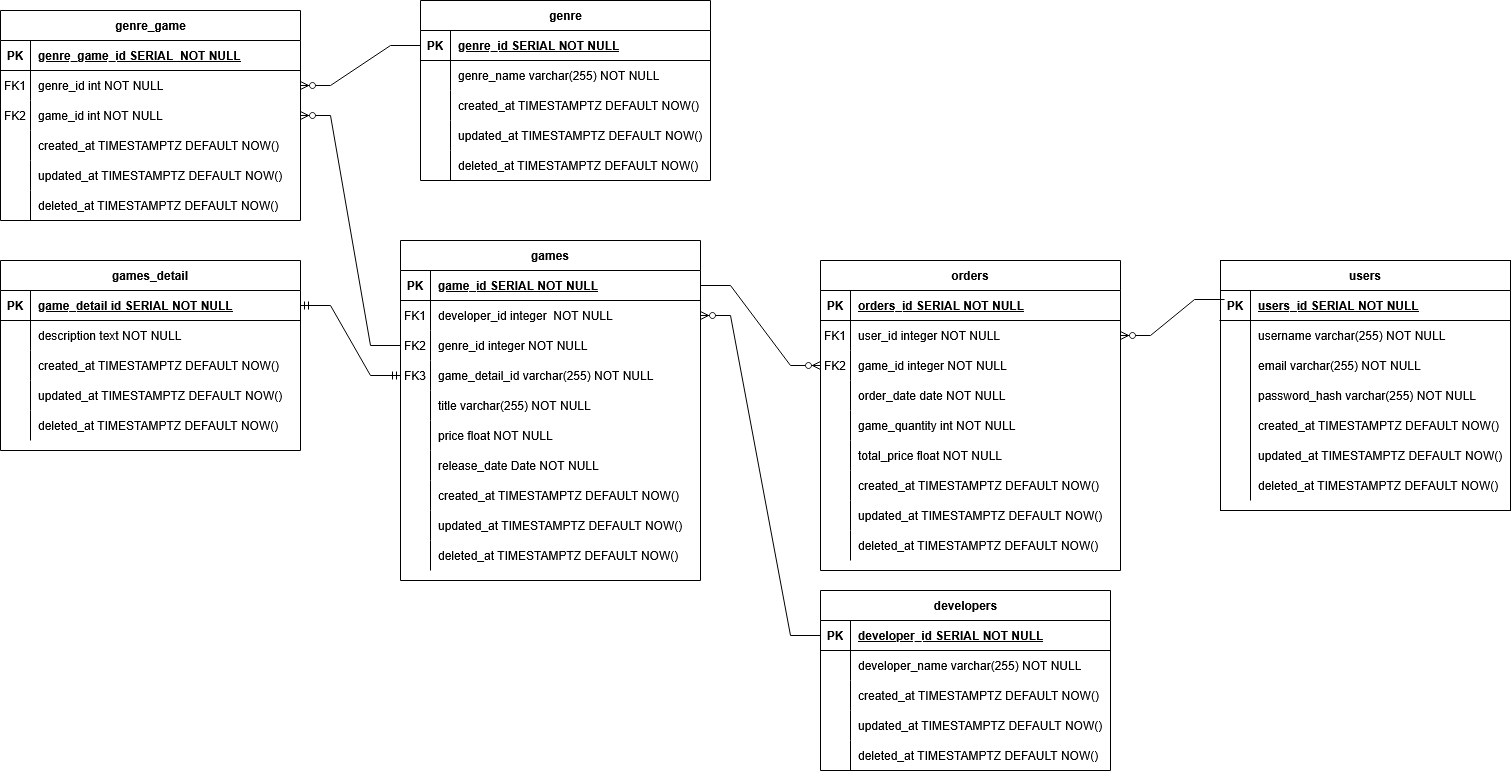
Above: ERD/REA_Games.drawio.png in EffelZefanya/REA_Games (draw.io), before the change. Source tidied: cells renumbered, new cells last; positions are measured from the earlier drawing's top-left corner, leaving out a move shared by most shapes.
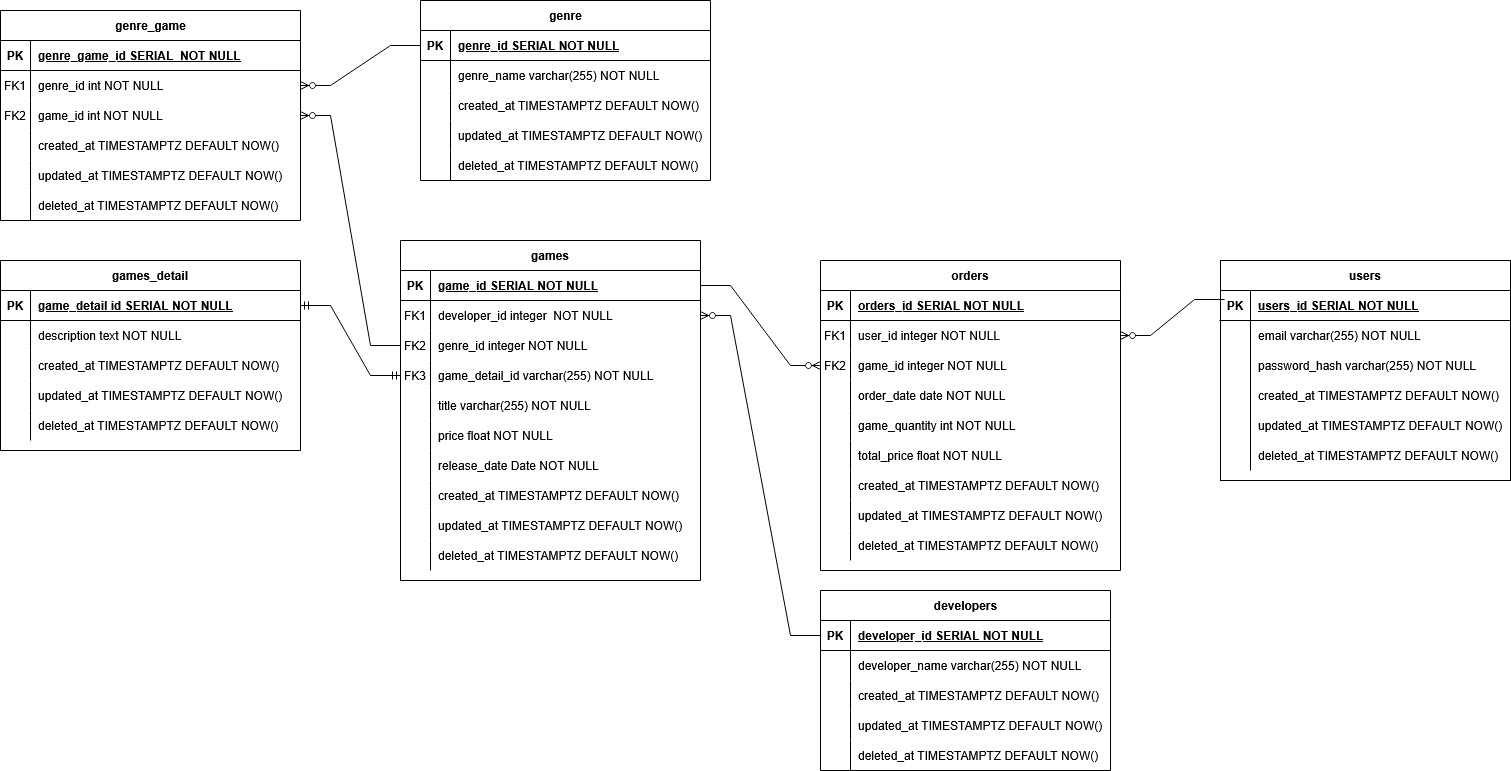
The same diagram one commit later.

Diff of the diagram source:
```diff
@@ -3,7 +3,7 @@
     <mxCell id="0" />
     <mxCell id="1" parent="0" />
     <mxCell id="2" value="users" style="shape=table;startSize=30;rowLines=0;fontStyle=1;align=center;" parent="1" vertex="1">
-      <mxGeometry x="1220" y="260" width="290" height="250" as="geometry" />
+      <mxGeometry x="1220" y="260" width="290" height="220" as="geometry" />
     </mxCell>
     <mxCell id="3" style="shape=partialRectangle;fillColor=none;points=[[0,0.5],[1,0.5]];portConstraint=eastwest;top=0;left=0;right=0;bottom=1;" parent="2" vertex="1">
       <mxGeometry y="30" width="290" height="30" as="geometry" />
@@ -14,17 +14,8 @@
     <mxCell id="5" value="users_id SERIAL NOT NULL" style="shape=partialRectangle;overflow=hidden;fillColor=none;top=0;left=0;bottom=0;right=0;align=left;spacingLeft=6;fontStyle=5;" parent="3" vertex="1">
       <mxGeometry x="30" width="260" height="30" as="geometry" />
     </mxCell>
-    <mxCell id="6" style="shape=partialRectangle;fillColor=none;top=0;left=0;right=0;bottom=0;" parent="2" vertex="1">
-      <mxGeometry y="60" width="290" height="30" as="geometry" />
-    </mxCell>
-    <mxCell id="7" style="shape=partialRectangle;overflow=hidden;fillColor=none;top=0;left=0;bottom=0;right=0;" parent="6" vertex="1">
-      <mxGeometry width="30" height="30" as="geometry" />
-    </mxCell>
-    <mxCell id="8" value="username varchar(255) NOT NULL" style="shape=partialRectangle;overflow=hidden;fillColor=none;top=0;left=0;bottom=0;right=0;align=left;spacingLeft=6;" parent="6" vertex="1">
-      <mxGeometry x="30" width="260" height="30" as="geometry" />
-    </mxCell>
     <mxCell id="9" style="shape=partialRectangle;fillColor=none;top=0;left=0;right=0;bottom=0;" parent="2" vertex="1">
-      <mxGeometry y="90" width="290" height="30" as="geometry" />
+      <mxGeometry y="60" width="290" height="30" as="geometry" />
     </mxCell>
     <mxCell id="10" style="shape=partialRectangle;overflow=hidden;fillColor=none;top=0;left=0;bottom=0;right=0;" parent="9" vertex="1">
       <mxGeometry width="30" height="30" as="geometry" />
@@ -33,7 +24,7 @@
       <mxGeometry x="30" width="260" height="30" as="geometry" />
     </mxCell>
     <mxCell id="12" style="shape=partialRectangle;fillColor=none;top=0;left=0;right=0;bottom=0;" parent="2" vertex="1">
-      <mxGeometry y="120" width="290" height="30" as="geometry" />
+      <mxGeometry y="90" width="290" height="30" as="geometry" />
     </mxCell>
     <mxCell id="13" style="shape=partialRectangle;overflow=hidden;fillColor=none;top=0;left=0;bottom=0;right=0;" parent="12" vertex="1">
       <mxGeometry width="30" height="30" as="geometry" />
@@ -42,7 +33,7 @@
       <mxGeometry x="30" width="260" height="30" as="geometry" />
     </mxCell>
     <mxCell id="15" style="shape=partialRectangle;fillColor=none;top=0;left=0;right=0;bottom=0;" parent="2" vertex="1">
-      <mxGeometry y="150" width="290" height="30" as="geometry" />
+      <mxGeometry y="120" width="290" height="30" as="geometry" />
     </mxCell>
     <mxCell id="16" style="shape=partialRectangle;overflow=hidden;fillColor=none;top=0;left=0;bottom=0;right=0;" parent="15" vertex="1">
       <mxGeometry width="30" height="30" as="geometry" />
@@ -51,7 +42,7 @@
       <mxGeometry x="30" width="260" height="30" as="geometry" />
     </mxCell>
     <mxCell id="18" style="shape=partialRectangle;fillColor=none;top=0;left=0;right=0;bottom=0;" parent="2" vertex="1">
-      <mxGeometry y="180" width="290" height="30" as="geometry" />
+      <mxGeometry y="150" width="290" height="30" as="geometry" />
     </mxCell>
     <mxCell id="19" style="shape=partialRectangle;overflow=hidden;fillColor=none;top=0;left=0;bottom=0;right=0;" parent="18" vertex="1">
       <mxGeometry width="30" height="30" as="geometry" />
@@ -60,7 +51,7 @@
       <mxGeometry x="30" width="260" height="30" as="geometry" />
     </mxCell>
     <mxCell id="21" style="shape=partialRectangle;fillColor=none;top=0;left=0;right=0;bottom=0;" parent="2" vertex="1">
-      <mxGeometry y="210" width="290" height="30" as="geometry" />
+      <mxGeometry y="180" width="290" height="30" as="geometry" />
     </mxCell>
     <mxCell id="22" style="shape=partialRectangle;overflow=hidden;fillColor=none;top=0;left=0;bottom=0;right=0;" parent="21" vertex="1">
       <mxGeometry width="30" height="30" as="geometry" />
```
